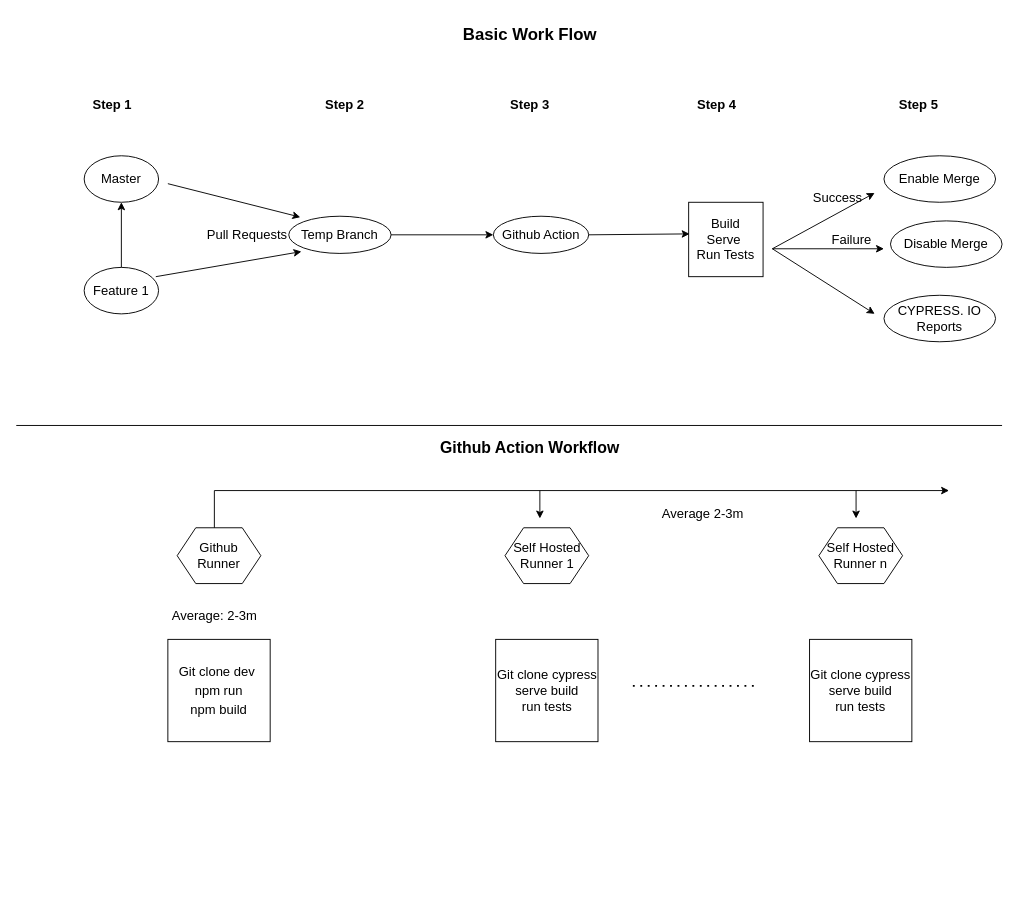
Before: src/Untitled Diagram.drawio in gowsi1511/cypressone, a draw.io diagram. Source tidied: cells renumbered, new cells numbered last; positions are measured from the earlier drawing's top-left corner, leaving out a move shared by most shapes. Both pictures are drawn from the tidied source at 93%, with x=0, y=0 at pixel (16, 16).
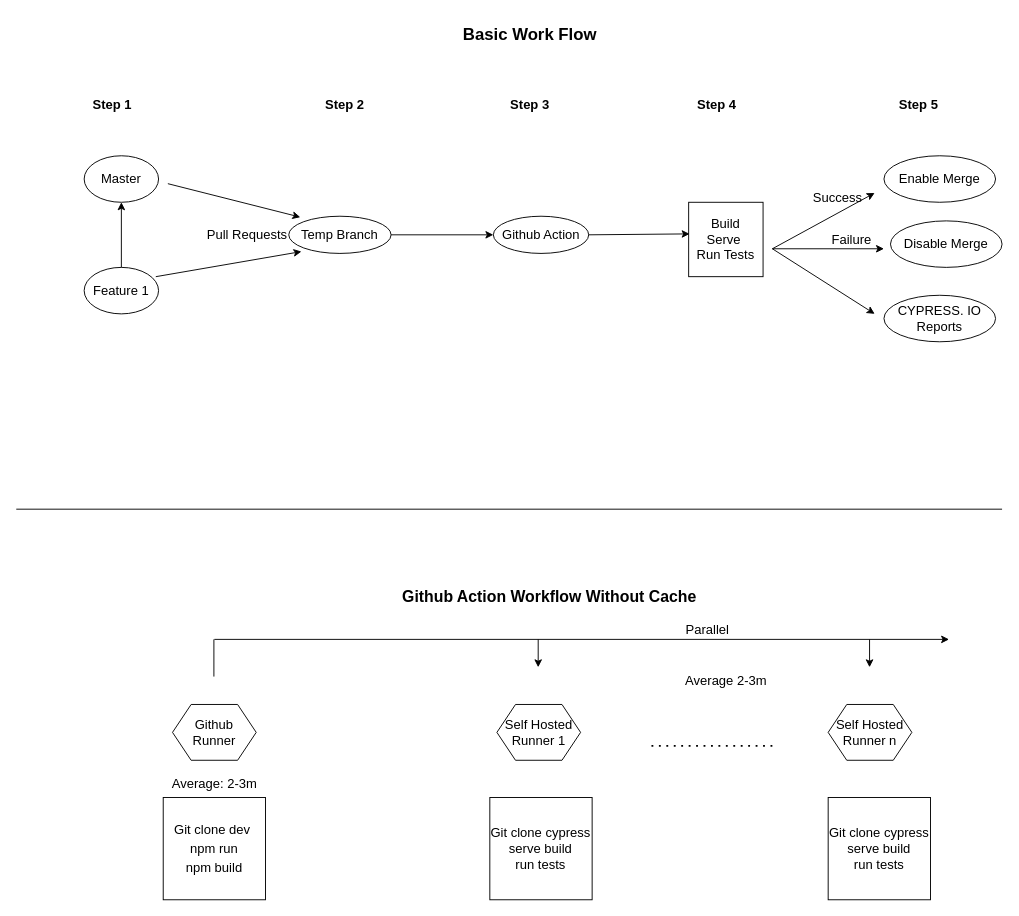
The same diagram, later.

What changed in the source:
```diff
@@
     <mxCell id="26" style="endArrow=none;html=1;rounded=0;fontSize=14;strokeWidth=1;" parent="1" edge="1">
       <mxGeometry relative="1" as="geometry">
-        <mxPoint y="440" as="sourcePoint" />
-        <mxPoint x="1060" y="440" as="targetPoint" />
+        <mxPoint y="530" as="sourcePoint" />
+        <mxPoint x="1060" y="530" as="targetPoint" />
       </mxGeometry>
     </mxCell>
     <mxCell id="27" value="Github Runner" style="shape=hexagon;perimeter=hexagonPerimeter2;whiteSpace=wrap;html=1;fixedSize=1;fontSize=14;strokeWidth=1;" parent="1" vertex="1">
-      <mxGeometry x="173" y="550" width="90" height="60" as="geometry" />
+      <mxGeometry x="168" y="740" width="90" height="60" as="geometry" />
     </mxCell>
     <mxCell id="28" value="Self Hosted Runner 1" style="shape=hexagon;perimeter=hexagonPerimeter2;whiteSpace=wrap;html=1;fixedSize=1;fontSize=14;strokeWidth=1;" parent="1" vertex="1">
-      <mxGeometry x="525.5" y="550" width="90" height="60" as="geometry" />
+      <mxGeometry x="516.8" y="740" width="90" height="60" as="geometry" />
     </mxCell>
@@
-    <mxCell id="30" value="Github Action Workflow" style="text;html=1;align=center;verticalAlign=middle;strokeColor=none;fillColor=none;fontSize=17;fontStyle=1;" parent="1" vertex="1">
-      <mxGeometry x="441.8" y="450" width="220" height="30" as="geometry" />
+    <mxCell id="30" value="Github Action Workflow Without Cache" style="text;html=1;align=center;verticalAlign=middle;strokeColor=none;fillColor=none;fontSize=17;fontStyle=1;" parent="1" vertex="1">
+      <mxGeometry x="403" y="610" width="340" height="30" as="geometry" />
     </mxCell>
     <mxCell id="31" value="&lt;font style=&quot;font-size: 14px;&quot;&gt;Git clone dev&amp;nbsp;&lt;br&gt;npm run&lt;br&gt;npm build&lt;/font&gt;" style="whiteSpace=wrap;html=1;fontSize=17;strokeWidth=1;" parent="1" vertex="1">
-      <mxGeometry x="163" y="670" width="110" height="110" as="geometry" />
+      <mxGeometry x="158" y="840" width="110" height="110" as="geometry" />
     </mxCell>
     <mxCell id="32" value="Git clone cypress&lt;br&gt;serve build&lt;br&gt;run tests" style="whiteSpace=wrap;html=1;fontSize=14;strokeWidth=1;" parent="1" vertex="1">
-      <mxGeometry x="515.5" y="670" width="110" height="110" as="geometry" />
+      <mxGeometry x="509.2" y="840" width="110" height="110" as="geometry" />
     </mxCell>
     <mxCell id="33" value="Average: 2-3m" style="text;html=1;align=center;verticalAlign=middle;strokeColor=none;fillColor=none;fontSize=14;" parent="1" vertex="1">
-      <mxGeometry x="153" y="629.5" width="120" height="30" as="geometry" />
+      <mxGeometry x="153" y="810" width="120" height="30" as="geometry" />
     </mxCell>
     <mxCell id="34" value="Average 2-3m" style="text;html=1;align=center;verticalAlign=middle;strokeColor=none;fillColor=none;fontSize=14;" parent="1" vertex="1">
-      <mxGeometry x="683" y="520" width="110" height="30" as="geometry" />
+      <mxGeometry x="708" y="700" width="110" height="30" as="geometry" />
     </mxCell>
     <mxCell id="35" style="endArrow=classic;html=1;rounded=0;fontSize=14;strokeWidth=1;" parent="1" edge="1">
       <mxGeometry relative="1" as="geometry">
-        <mxPoint x="213" y="510" as="sourcePoint" />
-        <mxPoint x="1003" y="510" as="targetPoint" />
+        <mxPoint x="213" y="670" as="sourcePoint" />
+        <mxPoint x="1003" y="670" as="targetPoint" />
       </mxGeometry>
     </mxCell>
     <mxCell id="36" style="endArrow=classic;html=1;rounded=0;fontSize=14;strokeWidth=1;" parent="1" edge="1">
       <mxGeometry relative="1" as="geometry">
-        <mxPoint x="563" y="510" as="sourcePoint" />
-        <mxPoint x="563" y="540" as="targetPoint" />
+        <mxPoint x="561.2" y="670" as="sourcePoint" />
+        <mxPoint x="561.2" y="700" as="targetPoint" />
       </mxGeometry>
     </mxCell>
     <mxCell id="37" style="endArrow=classic;html=1;rounded=0;fontSize=14;strokeWidth=1;" parent="1" edge="1">
       <mxGeometry relative="1" as="geometry">
-        <mxPoint x="903" y="510" as="sourcePoint" />
-        <mxPoint x="903" y="540" as="targetPoint" />
+        <mxPoint x="917.5" y="670" as="sourcePoint" />
+        <mxPoint x="917.5" y="700" as="targetPoint" />
       </mxGeometry>
     </mxCell>
     <mxCell id="38" value="Self Hosted Runner n" style="shape=hexagon;perimeter=hexagonPerimeter2;whiteSpace=wrap;html=1;fixedSize=1;fontSize=14;strokeWidth=1;" parent="1" vertex="1">
-      <mxGeometry x="863" y="550" width="90" height="60" as="geometry" />
+      <mxGeometry x="873" y="740" width="90" height="60" as="geometry" />
     </mxCell>
     <mxCell id="39" value="Git clone cypress&lt;br&gt;serve build&lt;br&gt;run tests" style="whiteSpace=wrap;html=1;fontSize=14;strokeWidth=1;" parent="1" vertex="1">
-      <mxGeometry x="853" y="670" width="110" height="110" as="geometry" />
+      <mxGeometry x="873" y="840" width="110" height="110" as="geometry" />
     </mxCell>
     <mxCell id="40" style="endArrow=none;html=1;rounded=0;fontSize=14;strokeWidth=1;" parent="1" edge="1">
       <mxGeometry relative="1" as="geometry">
-        <mxPoint x="213" y="550" as="sourcePoint" />
-        <mxPoint x="213" y="510" as="targetPoint" />
+        <mxPoint x="212.5" y="710" as="sourcePoint" />
+        <mxPoint x="212.5" y="670" as="targetPoint" />
       </mxGeometry>
     </mxCell>
     <mxCell id="41" style="endArrow=none;dashed=1;html=1;dashPattern=1 3;strokeWidth=2;rounded=0;fontSize=17;labelBorderColor=none;spacingTop=5;spacing=9;spacingLeft=5;spacingBottom=4;spacingRight=4;" parent="1" edge="1">
       <mxGeometry relative="1" as="geometry">
-        <mxPoint x="663" y="720" as="sourcePoint" />
-        <mxPoint x="793" y="720" as="targetPoint" />
+        <mxPoint x="683" y="784.5" as="sourcePoint" />
+        <mxPoint x="813" y="784.5" as="targetPoint" />
       </mxGeometry>
     </mxCell>
+    <mxCell id="42" value="&lt;font style=&quot;font-size: 14px;&quot;&gt;Parallel&lt;/font&gt;" style="text;html=1;align=center;verticalAlign=middle;strokeColor=none;fillColor=none;" parent="1" vertex="1">
+      <mxGeometry x="708" y="645" width="70" height="30" as="geometry" />
+    </mxCell>
```
